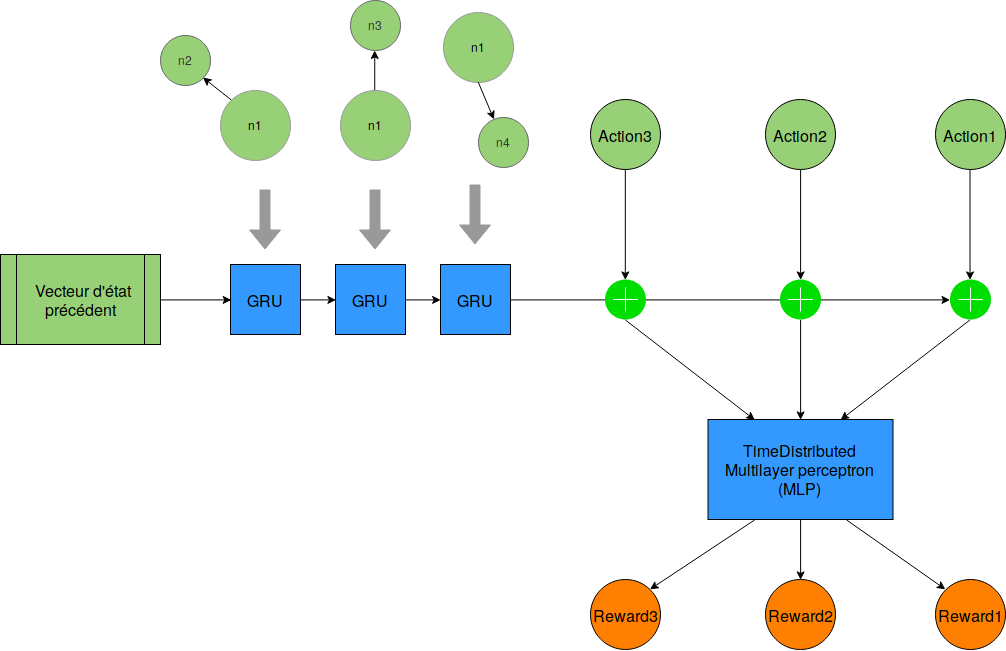
Earlier version of the draw.io export images/Conception/DM/encoder_dqn.png (Wissben/Master-Thesis). Source tidied: cells renumbered, new cells last; positions are measured from the earlier drawing's top-left corner, leaving out a move shared by most shapes. Source of this version:
```xml
<mxGraphModel>
  <root>
    <mxCell id="0" />
    <mxCell id="1" parent="0" />
    <mxCell id="2" value="n2" style="ellipse;whiteSpace=wrap;html=1;strokeColor=#666666;fillColor=#97D077;fontColor=#333333;" parent="1" vertex="1">
      <mxGeometry x="160" y="35.5" width="50" height="50" as="geometry" />
    </mxCell>
    <mxCell id="3" value="n1" style="ellipse;whiteSpace=wrap;html=1;strokeColor=#999999;fillColor=#97D077;" parent="1" vertex="1">
      <mxGeometry x="220" y="90.5" width="70" height="70" as="geometry" />
    </mxCell>
    <mxCell id="4" style="endArrow=classic;html=1;exitX=0;exitY=0;exitDx=0;exitDy=0;entryX=1;entryY=1;entryDx=0;entryDy=0;" parent="1" edge="1" source="3" target="2">
      <mxGeometry relative="1" as="geometry" />
    </mxCell>
    <mxCell id="5" style="edgeStyle=orthogonalEdgeStyle;rounded=0;jettySize=auto;html=1;exitX=0.5;exitY=0;exitDx=0;exitDy=0;entryX=0.5;entryY=1;entryDx=0;entryDy=0;strokeColor=#000000;fillColor=#999999;" parent="1" edge="1" source="6" target="7">
      <mxGeometry relative="1" as="geometry" />
    </mxCell>
    <mxCell id="6" value="n1" style="ellipse;whiteSpace=wrap;html=1;strokeColor=#999999;fillColor=#97D077;" parent="1" vertex="1">
      <mxGeometry x="339.5" y="90.5" width="70" height="70" as="geometry" />
    </mxCell>
    <mxCell id="7" value="n3" style="ellipse;whiteSpace=wrap;html=1;strokeColor=#666666;fillColor=#97D077;fontColor=#333333;" parent="1" vertex="1">
      <mxGeometry x="349.5" y="0.5" width="50" height="50" as="geometry" />
    </mxCell>
    <mxCell id="8" value="n1" style="ellipse;whiteSpace=wrap;html=1;strokeColor=#999999;fillColor=#97D077;" parent="1" vertex="1">
      <mxGeometry x="442.5" y="13" width="70" height="70" as="geometry" />
    </mxCell>
    <mxCell id="9" value="n4" style="ellipse;whiteSpace=wrap;html=1;strokeColor=#666666;fillColor=#97D077;fontColor=#333333;" parent="1" vertex="1">
      <mxGeometry x="478" y="118" width="50" height="50" as="geometry" />
    </mxCell>
    <mxCell id="10" style="endArrow=classic;html=1;exitX=0.5;exitY=1;exitDx=0;exitDy=0;" parent="1" edge="1" source="8" target="9">
      <mxGeometry relative="1" as="geometry" />
    </mxCell>
    <mxCell id="11" style="shape=flexArrow;endArrow=classic;html=1;strokeColor=#999999;fillColor=#999999;" parent="1" edge="1">
      <mxGeometry relative="1" as="geometry">
        <mxPoint x="264.5" y="190" as="sourcePoint" />
        <mxPoint x="264.5" y="250" as="targetPoint" />
      </mxGeometry>
    </mxCell>
    <mxCell id="12" style="shape=flexArrow;endArrow=classic;html=1;strokeColor=#999999;fillColor=#999999;" parent="1" edge="1">
      <mxGeometry relative="1" as="geometry">
        <mxPoint x="374.5" y="190" as="sourcePoint" />
        <mxPoint x="374.5" y="250" as="targetPoint" />
      </mxGeometry>
    </mxCell>
    <mxCell id="13" style="shape=flexArrow;endArrow=classic;html=1;strokeColor=#999999;fillColor=#999999;" parent="1" edge="1">
      <mxGeometry relative="1" as="geometry">
        <mxPoint x="474.5" y="185" as="sourcePoint" />
        <mxPoint x="474.5" y="245" as="targetPoint" />
      </mxGeometry>
    </mxCell>
    <mxCell id="14" value="&lt;font style=&quot;font-size: 20px&quot;&gt;État encodé&lt;/font&gt; " style="text;html=1;strokeColor=none;fillColor=none;align=center;verticalAlign=middle;whiteSpace=wrap;rounded=0;" parent="1" vertex="1">
      <mxGeometry x="835" y="470" width="40" height="20" as="geometry" />
    </mxCell>
    <mxCell id="15" style="edgeStyle=orthogonalEdgeStyle;rounded=0;jettySize=auto;html=1;exitX=1;exitY=0.5;exitDx=0;exitDy=0;strokeColor=#000000;fillColor=#999999;" parent="1" edge="1" source="41" target="31">
      <mxGeometry relative="1" as="geometry" />
    </mxCell>
    <mxCell id="16" value="&lt;font style=&quot;font-size: 16px&quot;&gt;&amp;nbsp;Vecteur d'état précédent &lt;/font&gt;" style="shape=process;whiteSpace=wrap;html=1;backgroundOutline=1;strokeColor=#000000;fillColor=#97D077;" parent="1" vertex="1">
      <mxGeometry y="255" width="160" height="90" as="geometry" />
    </mxCell>
    <mxCell id="17" style="edgeStyle=orthogonalEdgeStyle;rounded=0;jettySize=auto;html=1;exitX=0.5;exitY=1;exitDx=0;exitDy=0;entryX=0.5;entryY=0;entryDx=0;entryDy=0;strokeColor=#000000;fillColor=#999999;" parent="1" edge="1" source="18" target="24">
      <mxGeometry relative="1" as="geometry" />
    </mxCell>
    <mxCell id="18" value="&lt;font style=&quot;font-size: 16px&quot;&gt;TimeDistributed Multilayer perceptron (MLP)&lt;/font&gt;" style="rounded=0;whiteSpace=wrap;html=1;strokeColor=#000000;fillColor=#3399FF;" parent="1" vertex="1">
      <mxGeometry x="707.5" y="420" width="185" height="100" as="geometry" />
    </mxCell>
    <mxCell id="19" value="&lt;div&gt;&lt;font style=&quot;font-size: 16px&quot;&gt;Action1&lt;/font&gt;&lt;/div&gt;" style="ellipse;whiteSpace=wrap;html=1;strokeColor=#000000;fillColor=#97D077;" parent="1" vertex="1">
      <mxGeometry x="935" y="100" width="70" height="70" as="geometry" />
    </mxCell>
    <mxCell id="20" style="edgeStyle=orthogonalEdgeStyle;rounded=0;jettySize=auto;html=1;exitX=0.5;exitY=1;exitDx=0;exitDy=0;entryX=0.5;entryY=0;entryDx=0;entryDy=0;entryPerimeter=0;strokeColor=#000000;fillColor=#999999;" parent="1" edge="1" source="21" target="27">
      <mxGeometry relative="1" as="geometry" />
    </mxCell>
    <mxCell id="21" value="&lt;div&gt;&lt;font style=&quot;font-size: 16px&quot;&gt;Action2&lt;/font&gt;&lt;/div&gt;" style="ellipse;whiteSpace=wrap;html=1;strokeColor=#000000;fillColor=#97D077;" parent="1" vertex="1">
      <mxGeometry x="765" y="100" width="70" height="70" as="geometry" />
    </mxCell>
    <mxCell id="22" value="&lt;div&gt;&lt;font style=&quot;font-size: 16px&quot;&gt;Action3&lt;/font&gt;&lt;/div&gt;" style="ellipse;whiteSpace=wrap;html=1;strokeColor=#000000;fillColor=#97D077;" parent="1" vertex="1">
      <mxGeometry x="590" y="100" width="70" height="70" as="geometry" />
    </mxCell>
    <mxCell id="23" value="&lt;div&gt;&lt;font style=&quot;font-size: 16px&quot;&gt;Reward1&lt;/font&gt;&lt;/div&gt;" style="ellipse;whiteSpace=wrap;html=1;strokeColor=#000000;fillColor=#FF8000;" parent="1" vertex="1">
      <mxGeometry x="935" y="580" width="70" height="70" as="geometry" />
    </mxCell>
    <mxCell id="24" value="&lt;div&gt;&lt;font style=&quot;font-size: 16px&quot;&gt;Reward2&lt;/font&gt;&lt;/div&gt;" style="ellipse;whiteSpace=wrap;html=1;strokeColor=#000000;fillColor=#FF8000;" parent="1" vertex="1">
      <mxGeometry x="765" y="580" width="70" height="70" as="geometry" />
    </mxCell>
    <mxCell id="25" value="&lt;div&gt;&lt;font style=&quot;font-size: 16px&quot;&gt;Reward3&lt;/font&gt;&lt;/div&gt;" style="ellipse;whiteSpace=wrap;html=1;strokeColor=#000000;fillColor=#FF8000;" parent="1" vertex="1">
      <mxGeometry x="590" y="580" width="70" height="70" as="geometry" />
    </mxCell>
    <mxCell id="26" style="edgeStyle=orthogonalEdgeStyle;rounded=0;jettySize=auto;html=1;exitX=0.5;exitY=1;exitDx=0;exitDy=0;exitPerimeter=0;entryX=0.5;entryY=0;entryDx=0;entryDy=0;strokeColor=#000000;fillColor=#999999;" parent="1" edge="1" source="27" target="18">
      <mxGeometry relative="1" as="geometry" />
    </mxCell>
    <mxCell id="27" style="html=1;verticalLabelPosition=bottom;labelBackgroundColor=#ffffff;verticalAlign=top;shadow=0;dashed=0;strokeWidth=2;shape=mxgraph.ios7.misc.add;fillColor=#00dd00;strokeColor=#ffffff;" parent="1" vertex="1">
      <mxGeometry x="779.5" y="280" width="41" height="40" as="geometry" />
    </mxCell>
    <mxCell id="28" style="endArrow=classic;html=1;strokeColor=#000000;fillColor=#999999;exitX=0.5;exitY=1;exitDx=0;exitDy=0;entryX=0.5;entryY=0;entryDx=0;entryDy=0;entryPerimeter=0;" parent="1" edge="1" source="19" target="31">
      <mxGeometry relative="1" as="geometry" />
    </mxCell>
    <mxCell id="29" style="endArrow=classic;html=1;strokeColor=#000000;fillColor=#999999;exitX=0.5;exitY=1;exitDx=0;exitDy=0;entryX=0.5;entryY=0;entryDx=0;entryDy=0;entryPerimeter=0;" parent="1" edge="1" source="22" target="32">
      <mxGeometry relative="1" as="geometry" />
    </mxCell>
    <mxCell id="30" style="endArrow=classic;html=1;strokeColor=#000000;fillColor=#999999;exitX=0.5;exitY=1;exitDx=0;exitDy=0;exitPerimeter=0;entryX=0.716;entryY=0;entryDx=0;entryDy=0;entryPerimeter=0;" parent="1" edge="1" source="31" target="18">
      <mxGeometry relative="1" as="geometry" />
    </mxCell>
    <mxCell id="31" style="html=1;verticalLabelPosition=bottom;labelBackgroundColor=#ffffff;verticalAlign=top;shadow=0;dashed=0;strokeWidth=2;shape=mxgraph.ios7.misc.add;fillColor=#00dd00;strokeColor=#ffffff;" parent="1" vertex="1">
      <mxGeometry x="949.5" y="280" width="41" height="40" as="geometry" />
    </mxCell>
    <mxCell id="32" style="html=1;verticalLabelPosition=bottom;labelBackgroundColor=#ffffff;verticalAlign=top;shadow=0;dashed=0;strokeWidth=2;shape=mxgraph.ios7.misc.add;fillColor=#00dd00;strokeColor=#ffffff;" parent="1" vertex="1">
      <mxGeometry x="604.5" y="280" width="41" height="40" as="geometry" />
    </mxCell>
    <mxCell id="33" style="endArrow=classic;html=1;strokeColor=#000000;fillColor=#999999;exitX=0.5;exitY=1;exitDx=0;exitDy=0;exitPerimeter=0;entryX=0.25;entryY=0;entryDx=0;entryDy=0;" parent="1" edge="1" source="32" target="18">
      <mxGeometry relative="1" as="geometry" />
    </mxCell>
    <mxCell id="34" style="endArrow=classic;html=1;strokeColor=#000000;fillColor=#999999;exitX=0.75;exitY=1;exitDx=0;exitDy=0;entryX=0;entryY=0;entryDx=0;entryDy=0;" parent="1" edge="1" source="18" target="23">
      <mxGeometry relative="1" as="geometry" />
    </mxCell>
    <mxCell id="35" style="endArrow=classic;html=1;strokeColor=#000000;fillColor=#999999;exitX=0.25;exitY=1;exitDx=0;exitDy=0;entryX=1;entryY=0;entryDx=0;entryDy=0;" parent="1" edge="1" source="18" target="25">
      <mxGeometry relative="1" as="geometry" />
    </mxCell>
    <mxCell id="36" style="edgeStyle=orthogonalEdgeStyle;rounded=0;jettySize=auto;html=1;exitX=1;exitY=0.5;exitDx=0;exitDy=0;entryX=0;entryY=0.5;entryDx=0;entryDy=0;strokeColor=#000000;fillColor=#999999;" parent="1" edge="1" source="37" target="39">
      <mxGeometry relative="1" as="geometry" />
    </mxCell>
    <mxCell id="37" value="&lt;font style=&quot;font-size: 16px&quot;&gt;GRU&lt;/font&gt;" style="rounded=0;whiteSpace=wrap;html=1;strokeColor=#000000;fillColor=#3399FF;" parent="1" vertex="1">
      <mxGeometry x="230" y="265" width="70" height="70" as="geometry" />
    </mxCell>
    <mxCell id="38" style="edgeStyle=orthogonalEdgeStyle;rounded=0;jettySize=auto;html=1;exitX=1;exitY=0.5;exitDx=0;exitDy=0;entryX=0;entryY=0.5;entryDx=0;entryDy=0;strokeColor=#000000;fillColor=#999999;" parent="1" edge="1" source="39" target="41">
      <mxGeometry relative="1" as="geometry" />
    </mxCell>
    <mxCell id="39" value="&lt;font style=&quot;font-size: 16px&quot;&gt;GRU&lt;/font&gt;" style="rounded=0;whiteSpace=wrap;html=1;strokeColor=#000000;fillColor=#3399FF;" parent="1" vertex="1">
      <mxGeometry x="335" y="265" width="70" height="70" as="geometry" />
    </mxCell>
    <mxCell id="40" style="edgeStyle=orthogonalEdgeStyle;rounded=0;jettySize=auto;html=1;exitX=1;exitY=0.5;exitDx=0;exitDy=0;strokeColor=#000000;fillColor=#999999;" parent="1" edge="1" source="16">
      <mxGeometry relative="1" as="geometry">
        <mxPoint x="230.1" y="299.8" as="targetPoint" />
        <Array as="points">
          <mxPoint x="230" y="300" />
          <mxPoint x="230" y="300" />
        </Array>
      </mxGeometry>
    </mxCell>
    <mxCell id="41" value="&lt;font style=&quot;font-size: 16px&quot;&gt;GRU&lt;/font&gt;" style="rounded=0;whiteSpace=wrap;html=1;strokeColor=#000000;fillColor=#3399FF;" parent="1" vertex="1">
      <mxGeometry x="440" y="265" width="70" height="70" as="geometry" />
    </mxCell>
  </root>
</mxGraphModel>
```
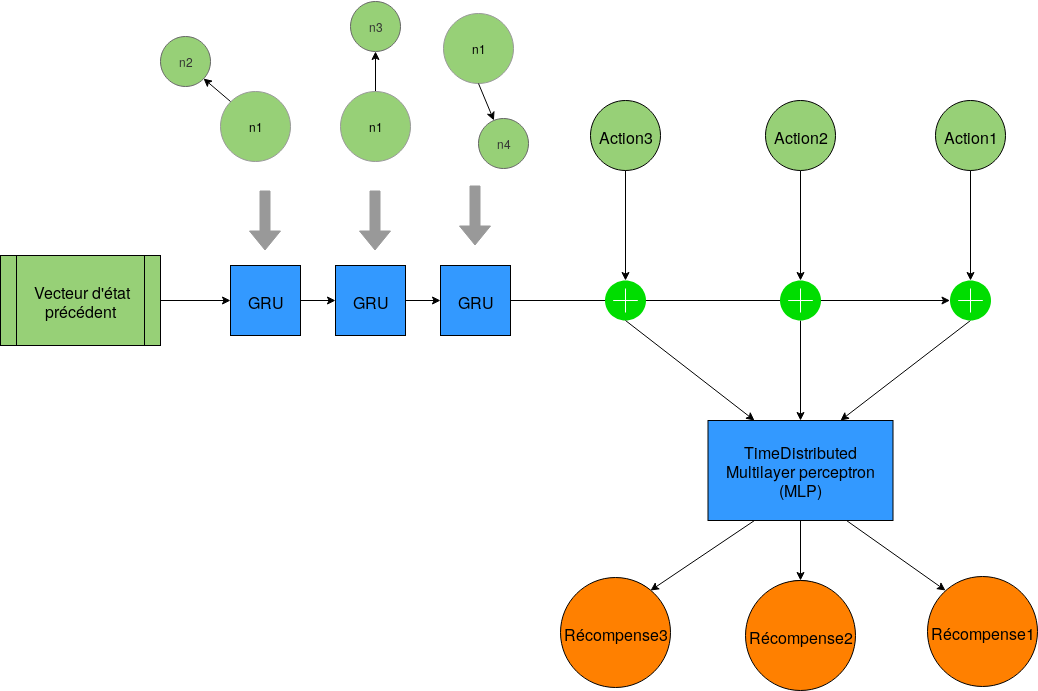
Above is the later version.

The edit, as a diff of the source:
```diff
@@ -74,9 +74,6 @@
     <mxCell id="22" value="&lt;div&gt;&lt;font style=&quot;font-size: 16px&quot;&gt;Action3&lt;/font&gt;&lt;/div&gt;" style="ellipse;whiteSpace=wrap;html=1;strokeColor=#000000;fillColor=#97D077;" parent="1" vertex="1">
       <mxGeometry x="590" y="100" width="70" height="70" as="geometry" />
     </mxCell>
-    <mxCell id="23" value="&lt;div&gt;&lt;font style=&quot;font-size: 16px&quot;&gt;Reward1&lt;/font&gt;&lt;/div&gt;" style="ellipse;whiteSpace=wrap;html=1;strokeColor=#000000;fillColor=#FF8000;" parent="1" vertex="1">
-      <mxGeometry x="935" y="580" width="70" height="70" as="geometry" />
-    </mxCell>
     <mxCell id="24" value="&lt;div&gt;&lt;font style=&quot;font-size: 16px&quot;&gt;Reward2&lt;/font&gt;&lt;/div&gt;" style="ellipse;whiteSpace=wrap;html=1;strokeColor=#000000;fillColor=#FF8000;" parent="1" vertex="1">
       <mxGeometry x="765" y="580" width="70" height="70" as="geometry" />
     </mxCell>
@@ -107,8 +104,10 @@
     <mxCell id="33" style="endArrow=classic;html=1;strokeColor=#000000;fillColor=#999999;exitX=0.5;exitY=1;exitDx=0;exitDy=0;exitPerimeter=0;entryX=0.25;entryY=0;entryDx=0;entryDy=0;" parent="1" edge="1" source="32" target="18">
       <mxGeometry relative="1" as="geometry" />
     </mxCell>
-    <mxCell id="34" style="endArrow=classic;html=1;strokeColor=#000000;fillColor=#999999;exitX=0.75;exitY=1;exitDx=0;exitDy=0;entryX=0;entryY=0;entryDx=0;entryDy=0;" parent="1" edge="1" source="18" target="23">
-      <mxGeometry relative="1" as="geometry" />
+    <mxCell id="34" style="endArrow=classic;html=1;strokeColor=#000000;fillColor=#999999;exitX=0.75;exitY=1;exitDx=0;exitDy=0;entryX=0;entryY=0;entryDx=0;entryDy=0;" parent="1" edge="1" source="18">
+      <mxGeometry relative="1" as="geometry">
+        <mxPoint x="945" y="590" as="targetPoint" />
+      </mxGeometry>
     </mxCell>
     <mxCell id="35" style="endArrow=classic;html=1;strokeColor=#000000;fillColor=#999999;exitX=0.25;exitY=1;exitDx=0;exitDy=0;entryX=1;entryY=0;entryDx=0;entryDy=0;" parent="1" edge="1" source="18" target="25">
       <mxGeometry relative="1" as="geometry" />
@@ -137,5 +136,14 @@
     <mxCell id="41" value="&lt;font style=&quot;font-size: 16px&quot;&gt;GRU&lt;/font&gt;" style="rounded=0;whiteSpace=wrap;html=1;strokeColor=#000000;fillColor=#3399FF;" parent="1" vertex="1">
       <mxGeometry x="440" y="265" width="70" height="70" as="geometry" />
     </mxCell>
+    <mxCell id="42" value="&lt;font style=&quot;font-size: 16px&quot;&gt;Récompense1&lt;/font&gt;" style="ellipse;whiteSpace=wrap;html=1;strokeColor=#000000;fillColor=#FF8000;" parent="1" vertex="1">
+      <mxGeometry x="927" y="576" width="110" height="110" as="geometry" />
+    </mxCell>
+    <mxCell id="43" value="&lt;font style=&quot;font-size: 16px&quot;&gt;Récompense2&lt;/font&gt;" style="ellipse;whiteSpace=wrap;html=1;strokeColor=#000000;fillColor=#FF8000;" parent="1" vertex="1">
+      <mxGeometry x="745" y="580" width="110" height="110" as="geometry" />
+    </mxCell>
+    <mxCell id="44" value="&lt;font style=&quot;font-size: 16px&quot;&gt;Récompense3&lt;/font&gt;" style="ellipse;whiteSpace=wrap;html=1;strokeColor=#000000;fillColor=#FF8000;" parent="1" vertex="1">
+      <mxGeometry x="560" y="577" width="110" height="110" as="geometry" />
+    </mxCell>
   </root>
 </mxGraphModel>
```
